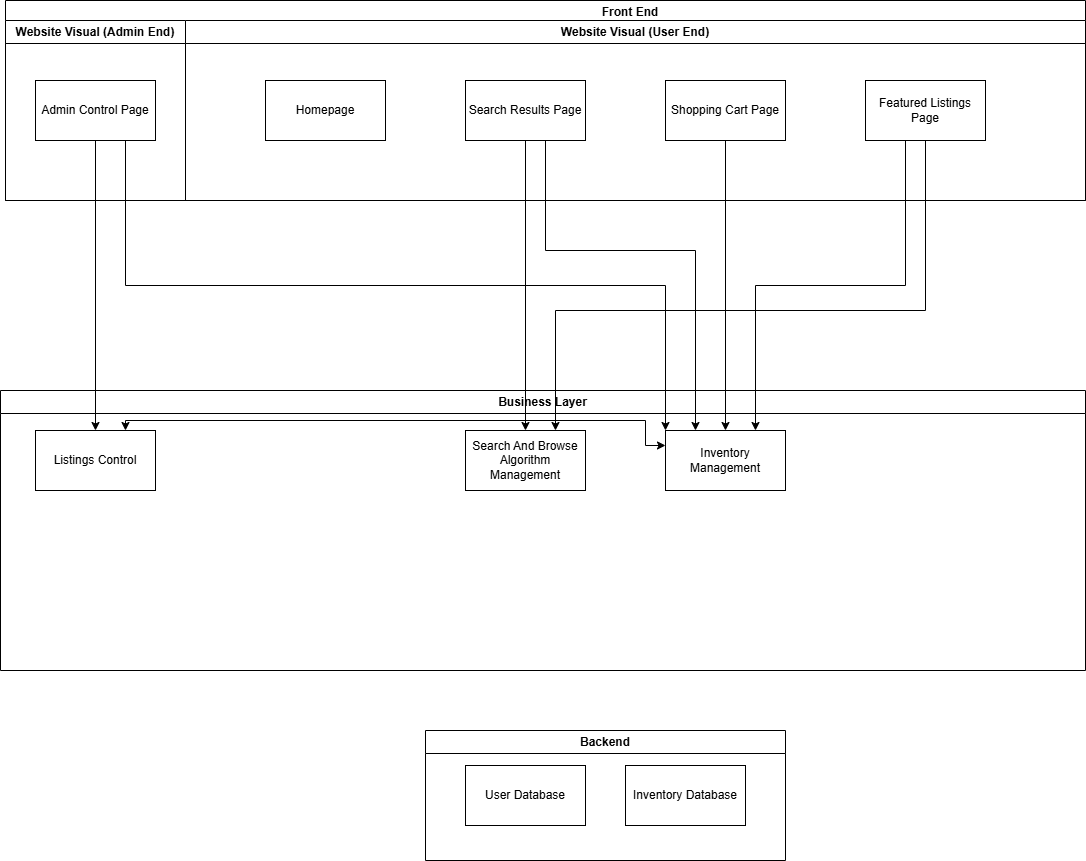
This is Use Case Diagrams/Architecture_Diagram/Architecture_Diagram.drawio.png from gavinbarry60/group8, a draw.io export, as it was before one commit. Source tidied: cells renumbered, new cells last; positions are measured from the earlier drawing's top-left corner, leaving out a move shared by most shapes.
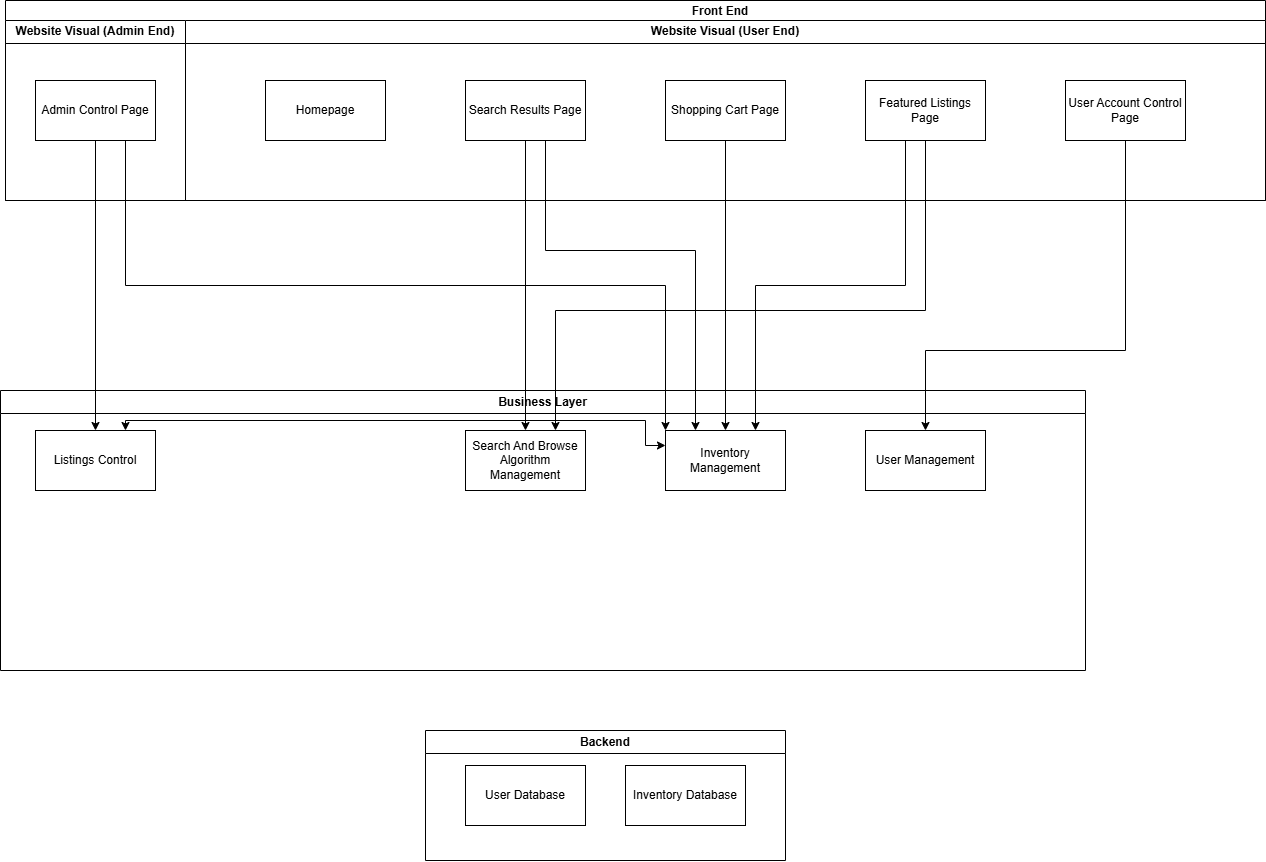
After the change.

Change to the diagram source:
```diff
@@ -3,7 +3,7 @@
     <mxCell id="0" />
     <mxCell id="1" parent="0" />
     <mxCell id="2" value="&lt;span style=&quot;white-space: pre;&quot;&gt;&#9;&lt;/span&gt;&lt;span style=&quot;white-space: pre;&quot;&gt;&#9;&lt;/span&gt;&lt;span style=&quot;white-space: pre;&quot;&gt;&#9;&lt;/span&gt;&lt;span style=&quot;white-space: pre;&quot;&gt;&#9;&lt;/span&gt;&lt;span style=&quot;white-space: pre;&quot;&gt;&#9;&lt;/span&gt;&lt;span style=&quot;white-space: pre;&quot;&gt;&#9;&lt;/span&gt;&amp;nbsp; &amp;nbsp;Front End" style="swimlane;whiteSpace=wrap;html=1;" parent="1" vertex="1">
-      <mxGeometry x="5" width="1080" height="200" as="geometry" />
+      <mxGeometry x="5" width="1260" height="200" as="geometry" />
     </mxCell>
     <mxCell id="3" value="Website Visual (Admin End)" style="swimlane;whiteSpace=wrap;html=1;" parent="2" vertex="1">
       <mxGeometry y="20" width="180" height="180" as="geometry" />
@@ -12,7 +12,7 @@
       <mxGeometry x="30" y="60" width="120" height="60" as="geometry" />
     </mxCell>
     <mxCell id="5" value="Website Visual (User End)" style="swimlane;whiteSpace=wrap;html=1;" parent="1" vertex="1">
-      <mxGeometry x="185" y="20" width="900" height="180" as="geometry" />
+      <mxGeometry x="185" y="20" width="1080" height="180" as="geometry" />
     </mxCell>
     <mxCell id="6" value="Homepage" style="rounded=0;whiteSpace=wrap;html=1;" parent="5" vertex="1">
       <mxGeometry x="80" y="60" width="120" height="60" as="geometry" />
@@ -26,6 +26,9 @@
     <mxCell id="9" value="Featured Listings Page" style="rounded=0;whiteSpace=wrap;html=1;" parent="5" vertex="1">
       <mxGeometry x="680" y="60" width="120" height="60" as="geometry" />
     </mxCell>
+    <mxCell id="25" value="User Account Control Page" style="rounded=0;whiteSpace=wrap;html=1;" parent="5" vertex="1">
+      <mxGeometry x="880" y="60" width="120" height="60" as="geometry" />
+    </mxCell>
     <mxCell id="10" value="Business Layer" style="swimlane;whiteSpace=wrap;html=1;" parent="1" vertex="1">
       <mxGeometry y="390" width="1085" height="280" as="geometry" />
     </mxCell>
@@ -47,6 +50,9 @@
         </Array>
       </mxGeometry>
     </mxCell>
+    <mxCell id="26" value="User Management" style="rounded=0;whiteSpace=wrap;html=1;" parent="10" vertex="1">
+      <mxGeometry x="865" y="40" width="120" height="60" as="geometry" />
+    </mxCell>
     <mxCell id="15" value="Backend" style="swimlane;whiteSpace=wrap;html=1;" parent="1" vertex="1">
       <mxGeometry x="425" y="730" width="360" height="130" as="geometry" />
     </mxCell>
@@ -94,5 +100,13 @@
     <mxCell id="24" style="endArrow=classic;html=1;rounded=0;exitX=0.75;exitY=1;exitDx=0;exitDy=0;entryX=0;entryY=0;entryDx=0;entryDy=0;edgeStyle=orthogonalEdgeStyle;" parent="1" edge="1" source="4" target="11">
       <mxGeometry relative="1" as="geometry" />
     </mxCell>
+    <mxCell id="27" style="endArrow=classic;html=1;rounded=0;exitX=0.5;exitY=1;exitDx=0;exitDy=0;entryX=0.5;entryY=0;entryDx=0;entryDy=0;edgeStyle=orthogonalEdgeStyle;" parent="1" edge="1" source="25" target="26">
+      <mxGeometry relative="1" as="geometry">
+        <Array as="points">
+          <mxPoint x="1125" y="350" />
+          <mxPoint x="925" y="350" />
+        </Array>
+      </mxGeometry>
+    </mxCell>
   </root>
 </mxGraphModel>
```
